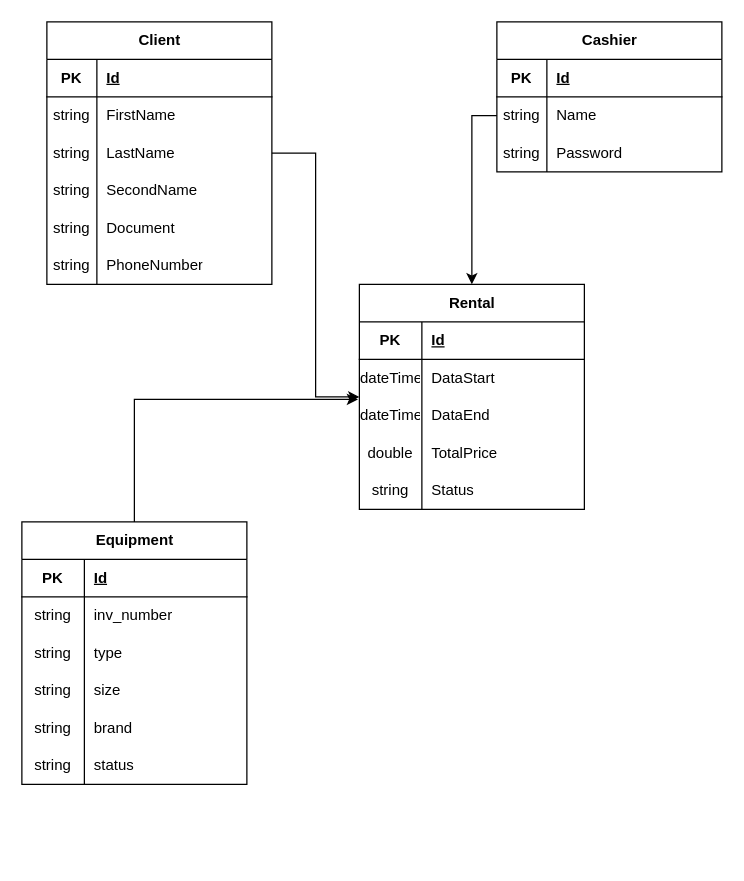
Before: AR Diagrama.drawio in TuBe3rKuL3z/Ski-equipment-rental-accounting-system, a draw.io diagram. Source tidied: cells renumbered, new cells numbered last; positions are measured from the earlier drawing's top-left corner, leaving out a move shared by most shapes. Both pictures are drawn from the tidied source at 125%, with x=0, y=0 at pixel (21, 21).
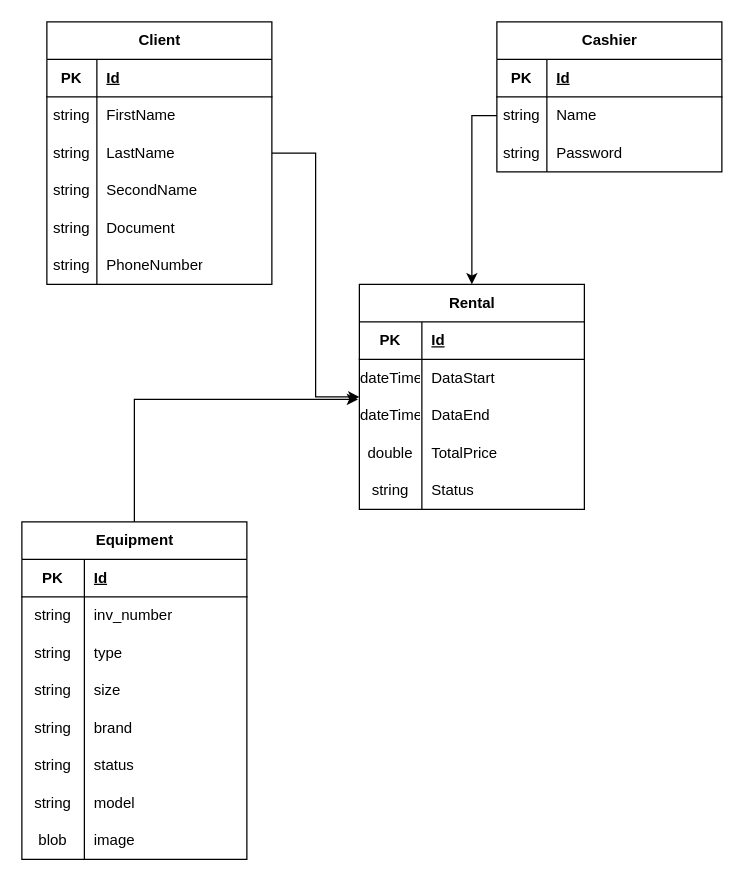
The same diagram, later.

Diff of the diagram source:
```diff
@@
     <mxCell id="47" value="Equipment" style="shape=table;startSize=30;childLayout=tableLayout;rowLines=0;fontStyle=1;align=center;html=1;" parent="1" vertex="1">
-      <mxGeometry y="400" width="180" height="210" as="geometry" />
+      <mxGeometry y="400" width="180" height="270" as="geometry" />
     </mxCell>
@@
+    <mxCell id="69" style="shape=tableRow;horizontal=0;startSize=0;swimlaneHead=0;swimlaneBody=0;fillColor=none;top=0;left=0;right=0;bottom=0;" parent="47" vertex="1">
+      <mxGeometry y="210" width="180" height="30" as="geometry" />
+    </mxCell>
+    <mxCell id="70" value="string" style="shape=partialRectangle;fillColor=none;top=0;left=0;bottom=0;right=0;overflow=hidden;whiteSpace=wrap;html=1;" parent="69" vertex="1">
+      <mxGeometry width="50" height="30" as="geometry" />
+    </mxCell>
+    <mxCell id="71" value="model" style="shape=partialRectangle;fillColor=none;top=0;left=0;bottom=0;right=0;align=left;spacingLeft=6;overflow=hidden;whiteSpace=wrap;html=1;" parent="69" vertex="1">
+      <mxGeometry x="50" width="130" height="30" as="geometry" />
+    </mxCell>
+    <mxCell id="72" style="shape=tableRow;horizontal=0;startSize=0;swimlaneHead=0;swimlaneBody=0;fillColor=none;top=0;left=0;right=0;bottom=0;" parent="47" vertex="1">
+      <mxGeometry y="240" width="180" height="30" as="geometry" />
+    </mxCell>
+    <mxCell id="73" value="blob" style="shape=partialRectangle;fillColor=none;top=0;left=0;bottom=0;right=0;overflow=hidden;whiteSpace=wrap;html=1;" parent="72" vertex="1">
+      <mxGeometry width="50" height="30" as="geometry" />
+    </mxCell>
+    <mxCell id="74" value="image" style="shape=partialRectangle;fillColor=none;top=0;left=0;bottom=0;right=0;align=left;spacingLeft=6;overflow=hidden;whiteSpace=wrap;html=1;" parent="72" vertex="1">
+      <mxGeometry x="50" width="130" height="30" as="geometry" />
+    </mxCell>
```
